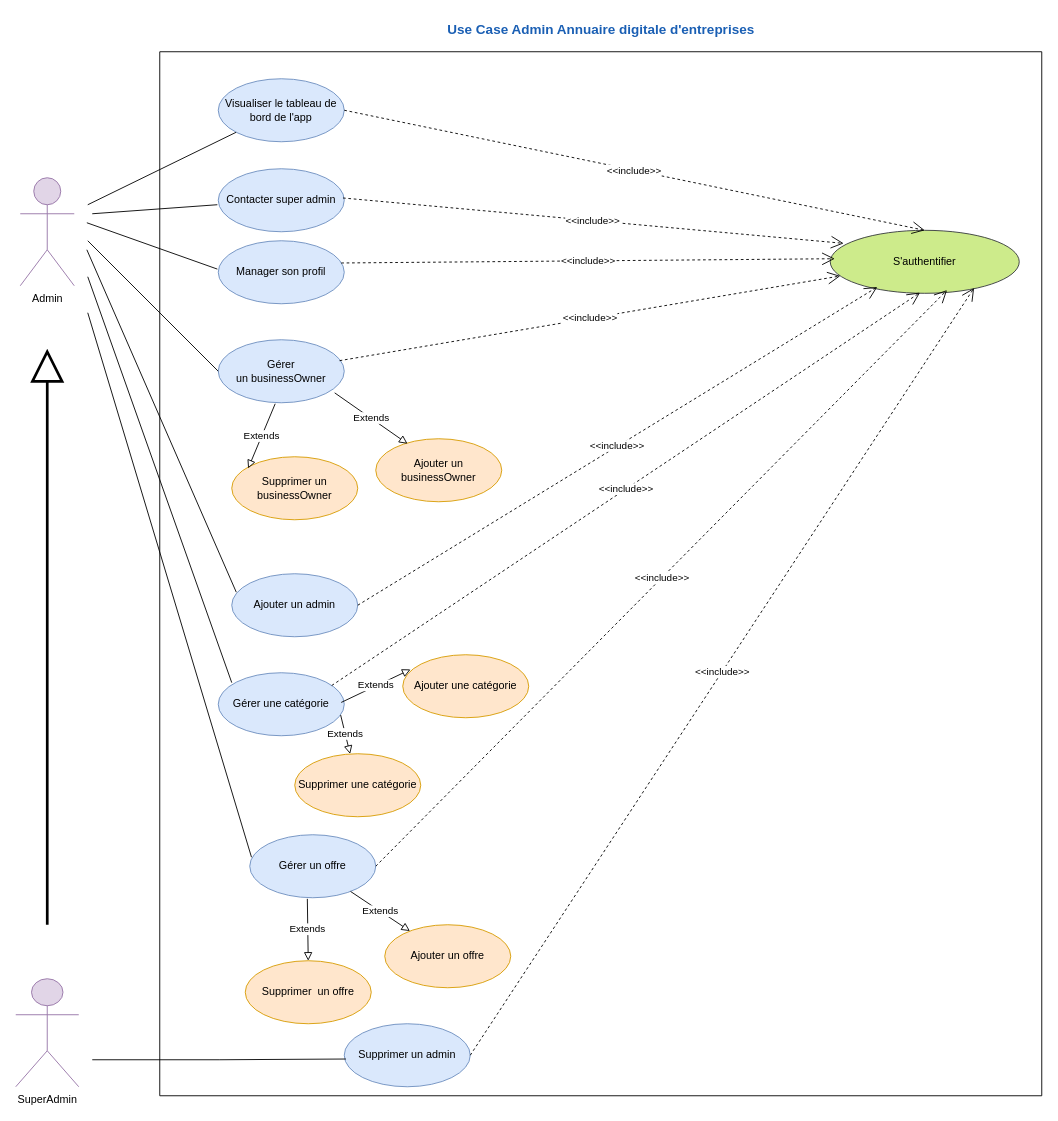
The draw.io diagram 4. UseCase_Admin.drawio in amine-elarass49/angular_doc, before the edit. Source tidied: cells renumbered, new cells numbered last; positions are measured from the earlier drawing's top-left corner, leaving out a move shared by most shapes. Both pictures are drawn from the tidied source at 90%, with x=0, y=0 at pixel (15, 15).
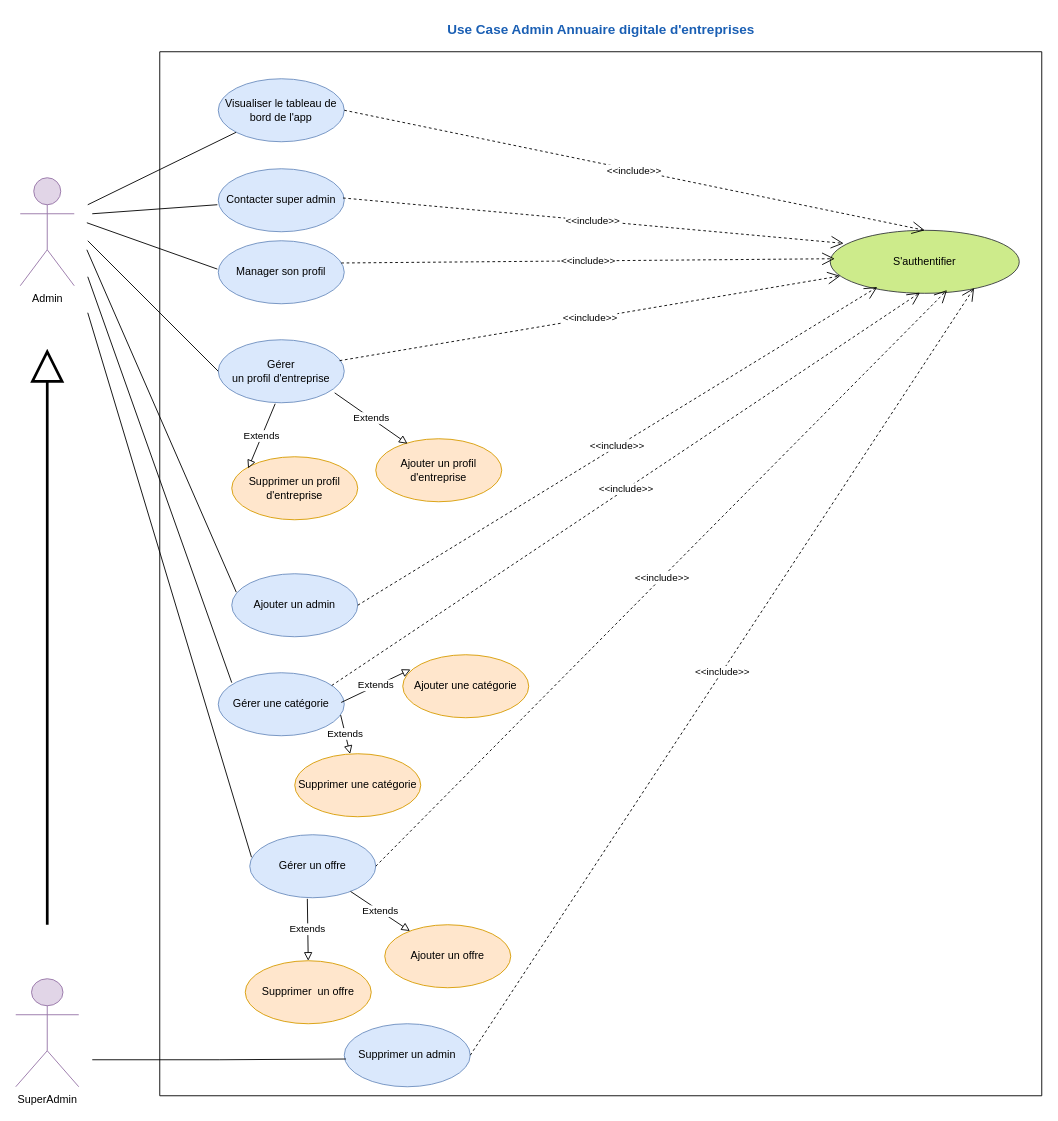
After the change.

The change refers to these unchanged cells:
```xml
<mxCell id="2" style="swimlane;startSize=0;" parent="1" vertex="1">
  <mxGeometry x="160" y="40" width="980" height="1160" as="geometry" />
</mxCell>
```

What changed in the source:
```diff
@@
-    <mxCell id="11" value="Ajouter un businessOwner" style="ellipse;whiteSpace=wrap;html=1;fillColor=#ffe6cc;strokeColor=#d79b00;" parent="2" vertex="1">
+    <mxCell id="11" value="Ajouter un profil d'entreprise" style="ellipse;whiteSpace=wrap;html=1;fillColor=#ffe6cc;strokeColor=#d79b00;" parent="2" vertex="1">
       <mxGeometry x="240" y="430" width="140" height="70" as="geometry" />
     </mxCell>
-    <mxCell id="12" value="Supprimer un businessOwner" style="ellipse;whiteSpace=wrap;html=1;fillColor=#ffe6cc;strokeColor=#d79b00;" parent="2" vertex="1">
+    <mxCell id="12" value="Supprimer un profil d'entreprise" style="ellipse;whiteSpace=wrap;html=1;fillColor=#ffe6cc;strokeColor=#d79b00;" parent="2" vertex="1">
       <mxGeometry x="80" y="450" width="140" height="70" as="geometry" />
     </mxCell>
@@
-    <mxCell id="28" value="&lt;div&gt;Gérer&lt;/div&gt;&lt;div&gt; un businessOwner&lt;/div&gt;" style="ellipse;whiteSpace=wrap;html=1;fillColor=#dae8fc;strokeColor=#6c8ebf;" parent="2" vertex="1">
+    <mxCell id="28" value="&lt;div&gt;Gérer&lt;/div&gt;&lt;div&gt; un profil d'entreprise&lt;br&gt;&lt;/div&gt;" style="ellipse;whiteSpace=wrap;html=1;fillColor=#dae8fc;strokeColor=#6c8ebf;" parent="2" vertex="1">
       <mxGeometry x="65" y="320" width="140" height="70" as="geometry" />
     </mxCell>
```
